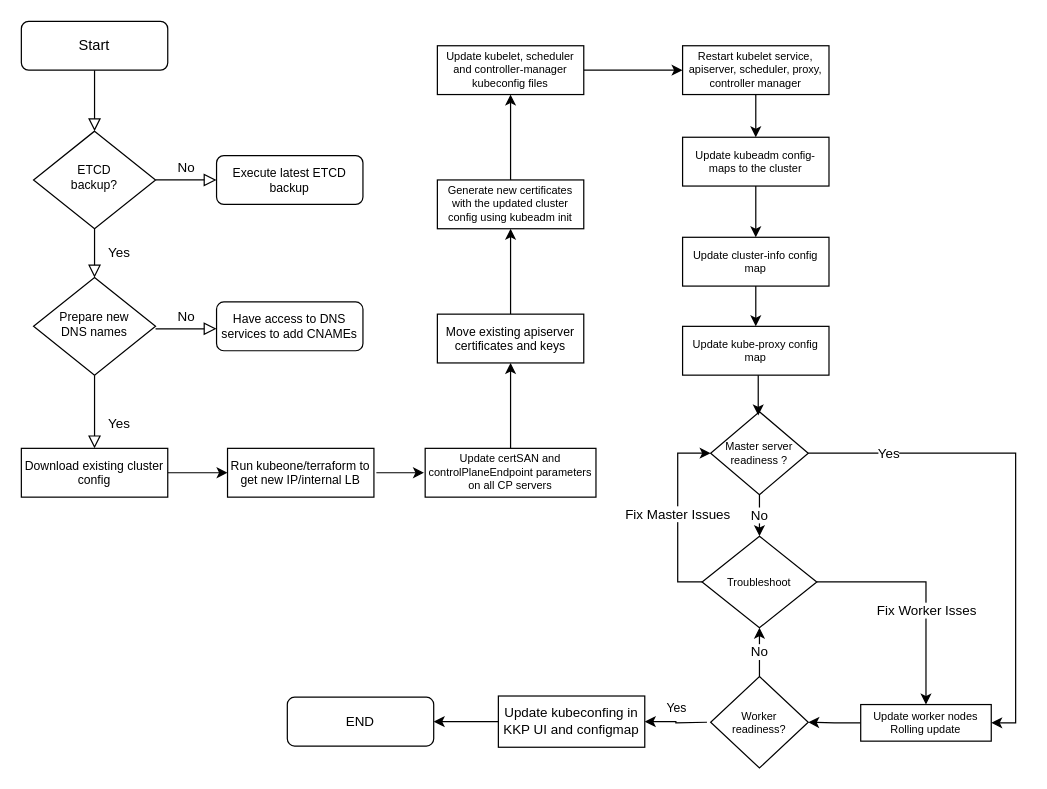
The draw.io diagram Untitled Diagram.drawio in jacmathew/jacmathew, before the edit. Source tidied: cells renumbered, new cells numbered last; positions are measured from the earlier drawing's top-left corner, leaving out a move shared by most shapes. Both pictures are drawn from the tidied source at 122%, with x=0, y=0 at pixel (21, 21).
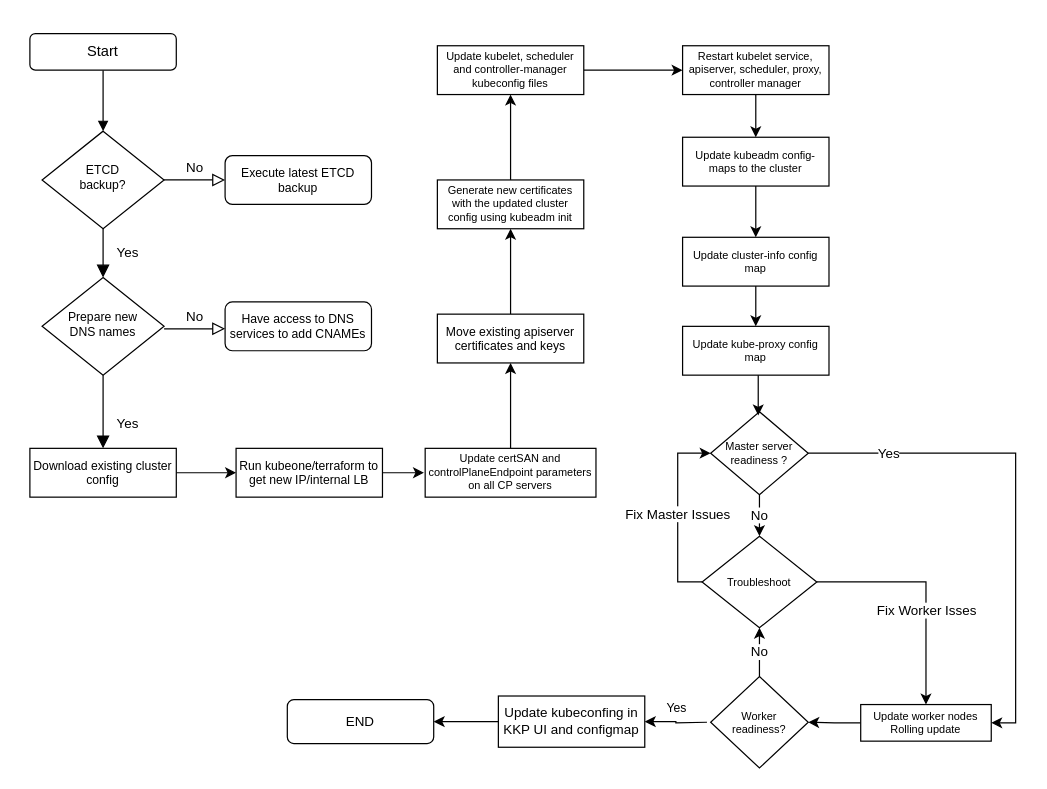
The same page after the edit.

What changed in the source:
```diff
@@
-    <mxCell id="2" style="rounded=0;html=1;jettySize=auto;fontSize=11;endArrow=block;endFill=0;endSize=8;strokeWidth=1;shadow=0;labelBackgroundColor=none;edgeStyle=orthogonalEdgeStyle;" parent="1" edge="1" source="3" target="6">
+    <mxCell id="2" style="rounded=0;html=1;jettySize=auto;fontSize=11;endArrow=block;endFill=1;strokeWidth=1;shadow=0;labelBackgroundColor=none;edgeStyle=orthogonalEdgeStyle;" parent="1" edge="1" source="3" target="6">
       <mxGeometry relative="1" as="geometry" />
     </mxCell>
     <mxCell id="3" value="Start" style="rounded=1;whiteSpace=wrap;html=1;fontSize=12;glass=0;strokeWidth=1;shadow=0;" parent="1" vertex="1">
-      <mxGeometry width="120" height="40" as="geometry" />
+      <mxGeometry x="7" y="10" width="120" height="30" as="geometry" />
     </mxCell>
-    <mxCell id="4" value="Yes" style="rounded=0;html=1;jettySize=auto;fontSize=11;endArrow=block;endFill=0;endSize=8;strokeWidth=1;shadow=0;labelBackgroundColor=none;edgeStyle=orthogonalEdgeStyle;" parent="1" edge="1" source="6" target="10">
+    <mxCell id="4" value="Yes" style="rounded=0;html=1;jettySize=auto;fontSize=11;endArrow=block;endFill=1;endSize=8;strokeWidth=1;shadow=0;labelBackgroundColor=none;edgeStyle=orthogonalEdgeStyle;" parent="1" edge="1" source="6" target="10">
       <mxGeometry y="20" relative="1" as="geometry" />
     </mxCell>
@@
     <mxCell id="6" value="ETCD&lt;br style=&quot;font-size: 10px;&quot;&gt;backup?" style="rhombus;whiteSpace=wrap;html=1;shadow=0;fontFamily=Helvetica;fontSize=10;align=center;strokeWidth=1;spacing=6;spacingTop=-4;" parent="1" vertex="1">
-      <mxGeometry x="10" y="90" width="100" height="80" as="geometry" />
+      <mxGeometry x="17" y="90" width="100" height="80" as="geometry" />
     </mxCell>
     <mxCell id="7" value="Execute latest ETCD backup" style="rounded=1;whiteSpace=wrap;html=1;fontSize=10;glass=0;strokeWidth=1;shadow=0;" parent="1" vertex="1">
-      <mxGeometry x="160" y="110" width="120" height="40" as="geometry" />
+      <mxGeometry x="167" y="110" width="120" height="40" as="geometry" />
     </mxCell>
-    <mxCell id="8" value="Yes" style="rounded=0;html=1;jettySize=auto;orthogonalLoop=1;fontSize=11;endArrow=block;endFill=0;endSize=8;strokeWidth=1;shadow=0;labelBackgroundColor=none;edgeStyle=orthogonalEdgeStyle;" parent="1" edge="1">
+    <mxCell id="8" value="Yes" style="rounded=0;html=1;jettySize=auto;orthogonalLoop=1;fontSize=11;endArrow=block;endFill=1;endSize=8;strokeWidth=1;shadow=0;labelBackgroundColor=none;edgeStyle=orthogonalEdgeStyle;" parent="1" edge="1">
       <mxGeometry x="0.33" y="20" relative="1" as="geometry">
-        <mxPoint x="60" y="290" as="sourcePoint" />
-        <mxPoint x="60" y="350" as="targetPoint" />
+        <mxPoint x="67" y="290" as="sourcePoint" />
+        <mxPoint x="67" y="350" as="targetPoint" />
       </mxGeometry>
     </mxCell>
     <mxCell id="9" value="No" style="edgeStyle=orthogonalEdgeStyle;rounded=0;html=1;jettySize=auto;orthogonalLoop=1;fontSize=11;endArrow=block;endFill=0;endSize=8;strokeWidth=1;shadow=0;labelBackgroundColor=none;" parent="1" edge="1">
       <mxGeometry y="10" relative="1" as="geometry">
-        <mxPoint x="110" y="252" as="sourcePoint" />
-        <mxPoint x="160" y="252" as="targetPoint" />
+        <mxPoint x="117" y="252" as="sourcePoint" />
+        <mxPoint x="167" y="252" as="targetPoint" />
       </mxGeometry>
     </mxCell>
     <mxCell id="10" value="Prepare new&lt;br&gt;DNS names" style="rhombus;whiteSpace=wrap;html=1;shadow=0;fontFamily=Helvetica;fontSize=10;align=center;strokeWidth=1;spacing=6;spacingTop=-4;" parent="1" vertex="1">
-      <mxGeometry x="10" y="210" width="100" height="80" as="geometry" />
+      <mxGeometry x="17" y="210" width="100" height="80" as="geometry" />
     </mxCell>
     <mxCell id="11" value="Have access to DNS services to add CNAMEs" style="rounded=1;whiteSpace=wrap;html=1;fontSize=10;glass=0;strokeWidth=1;shadow=0;" parent="1" vertex="1">
-      <mxGeometry x="160" y="230" width="120" height="40" as="geometry" />
+      <mxGeometry x="167" y="230" width="120" height="40" as="geometry" />
     </mxCell>
@@
     <mxCell id="13" value="Download existing cluster config" style="rounded=0;whiteSpace=wrap;html=1;fontSize=10;" parent="1" vertex="1">
-      <mxGeometry y="350" width="120" height="40" as="geometry" />
+      <mxGeometry x="7" y="350" width="120" height="40" as="geometry" />
     </mxCell>
@@
     <mxCell id="23" value="Run kubeone/terraform to get new IP/internal LB" style="whiteSpace=wrap;html=1;rounded=0;fontSize=10;" parent="1" vertex="1">
-      <mxGeometry x="169" y="350" width="120" height="40" as="geometry" />
+      <mxGeometry x="176" y="350" width="120" height="40" as="geometry" />
     </mxCell>
@@
     <mxCell id="38" value="END" style="rounded=1;whiteSpace=wrap;html=1;fontSize=11;glass=0;strokeWidth=1;shadow=0;" parent="1" vertex="1">
-      <mxGeometry x="218" y="554" width="120" height="40" as="geometry" />
+      <mxGeometry x="218" y="556" width="120" height="36" as="geometry" />
     </mxCell>
```
